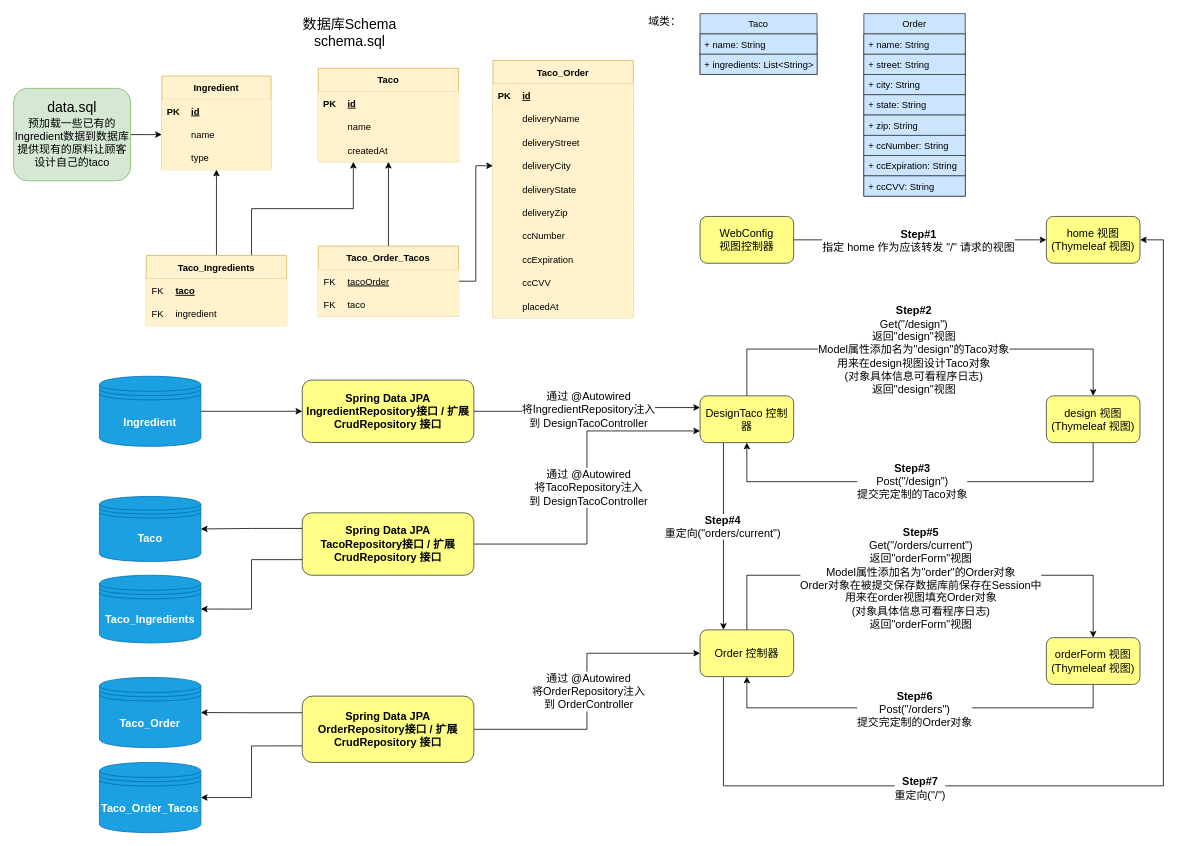
This is flow_chart/flow_chart_v3.drawio from LilithCoder/taco-cloud, a draw.io file, before an edit. Source tidied: cells renumbered, new cells numbered last; positions are measured from the earlier drawing's top-left corner, leaving out a move shared by most shapes. Both pictures are drawn from the tidied source at 78%, with x=0, y=0 at pixel (13, 13).
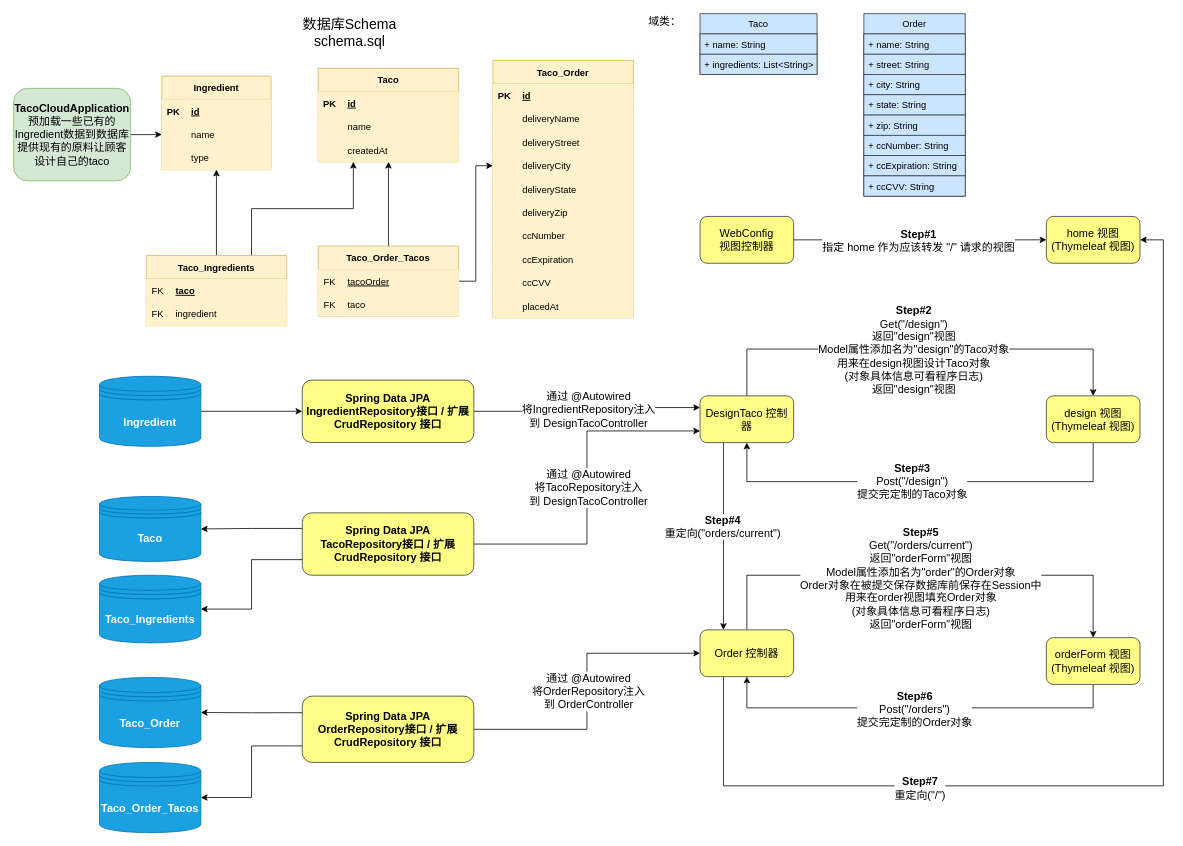
After the change.

Commit message (it also covers changes not shown here):
更新flow_chart_v3中预加载的部分

Change to the diagram source:
```diff
@@
-    <mxCell id="110" value="&lt;span style=&quot;font-size: 18px&quot;&gt;data.sql&lt;/span&gt;&lt;br&gt;&lt;font style=&quot;font-size: 14px&quot;&gt;预加载一些已有的Ingredient数据到数据库&lt;br&gt;提供现有的原料让顾客设计自己的taco&lt;br&gt;&lt;/font&gt;" style="rounded=1;whiteSpace=wrap;html=1;fillColor=#d5e8d4;strokeColor=#82b366;" parent="1" vertex="1">
+    <mxCell id="110" value="&lt;font style=&quot;font-size: 14px&quot;&gt;&lt;font&gt;&lt;b&gt;TacoCloudApplication&lt;/b&gt;&lt;/font&gt;&lt;br&gt;&lt;/font&gt;&lt;font style=&quot;font-size: 14px&quot;&gt;预加载一些已有的Ingredient数据到数据库&lt;br&gt;提供现有的原料让顾客设计自己的taco&lt;br&gt;&lt;/font&gt;" style="rounded=1;whiteSpace=wrap;html=1;fillColor=#d5e8d4;strokeColor=#82b366;" parent="1" vertex="1">
       <mxGeometry y="95.8" width="150" height="118.5" as="geometry" />
     </mxCell>
```
